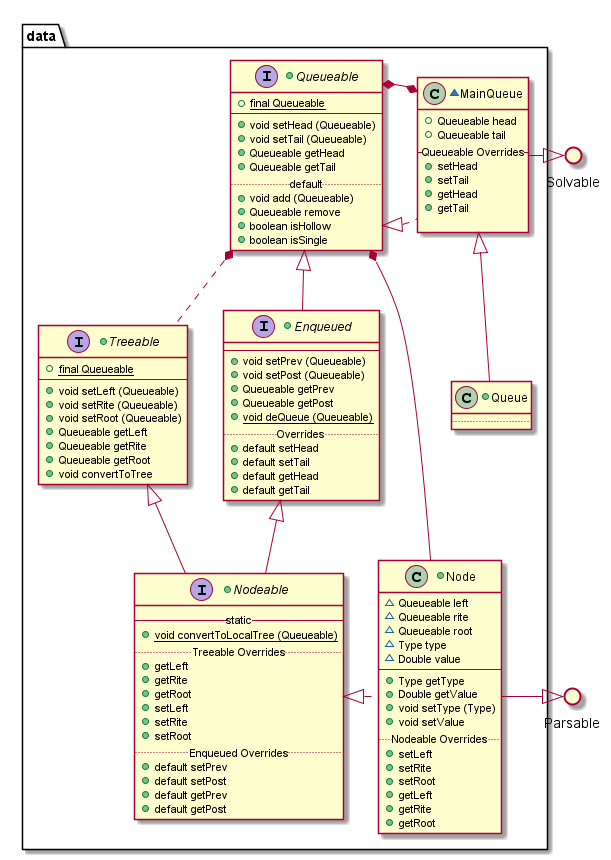
Earlier version of the PlantUML export src/docs/UML/data.png (vitalispopoff/calculator).
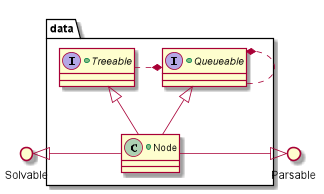
Later version of the same file.

The edit, as a diff of the source:
```diff
@@ -6,109 +6,20 @@
 package data {
 
     +interface Queueable {
-            +{field}{static}final Queueable
-        --
-            +{method} void setHead (Queueable)
-            +{method} void setTail (Queueable)
-            +{method} Queueable getHead
-            +{method} Queueable getTail
-        ..default..
-            +{method} void add (Queueable)
-            +{method} Queueable remove
-            +{method} boolean isHollow
-            +{method} boolean isSingle
     }
 
     +interface Treeable {
-            +{field}{static} final Queueable
-        --
-            +{method} void setLeft (Queueable)
-            +{method} void setRite (Queueable)
-            +{method} void setRoot (Queueable)
-            +{method} Queueable getLeft
-            +{method} Queueable getRite
-            +{method} Queueable getRoot
-            +{method} void convertToTree
-    }
-
-    +interface Enqueued extends Queueable{
-        --
-            +{method} void setPrev (Queueable)
-            +{method} void setPost (Queueable)
-            +{method} Queueable getPrev
-            +{method} Queueable getPost
-            +{method}{static} void deQueue (Queueable)
-        ..Overrides..
-            +{method} default setHead
-            +{method} default setTail
-            +{method} default getHead
-            +{method} default getTail
-    }
-
-    +interface Nodeable extends Enqueued {
-        --static--
-            +{method}{static} void convertToLocalTree (Queueable)
-        .. Treeable Overrides..
-            +{method} getLeft
-            +{method} getRite
-            +{method} getRoot
-            +{method} setLeft
-            +{method} setRite
-            +{method} setRoot
-        ..Enqueued Overrides..
-            +{method} default setPrev
-            +{method} default setPost
-            +{method} default getPrev
-            +{method} default getPost
-    }
-
-    ~class MainQueue implements Queueable{
-            +{field} Queueable head
-            +{field} Queueable tail
-        -- Queueable Overrides--
-            +{method} setHead
-            +{method} setTail
-            +{method} getHead
-            +{method} getTail
-
-    }
-
-    +class Queue {
-        ..
     }
 
     +class Node {
-            ~{field} Queueable left
-            ~{field} Queueable rite
-            ~{field} Queueable root
-            ~{field} Type type
-            ~{field} Double value
-        --
-            +{method} Type getType
-            +{method} Double getValue
-            +{method} void setType (Type)
-            +{method} void setValue
-        ..Nodeable Overrides..
-            +{method} setLeft
-            +{method} setRite
-            +{method} setRoot
-            +{method} getLeft
-            +{method} getRite
-            +{method} getRoot
     }
 }
 
-        Queueable   *.down.     Treeable
-        Treeable    <|--        Nodeable
-
-        Queueable   *-left-*        MainQueue
-        Node        .left.|>    Nodeable
-
-        MainQueue   <|--        Queue
-        Queueable   *---        Node
-
-        MainQueue   -right-|>   Solvable
-        Node        -right-|>   Parsable
-
+        Queueable   *..     Queueable
+        Treeable    .*     Queueable
+        Treeable    <|--   Node
+        Queueable   <|--    Node
+        Parsable    <|-    Node
+        Node        -left-|>  Solvable
 
 @enduml
```
